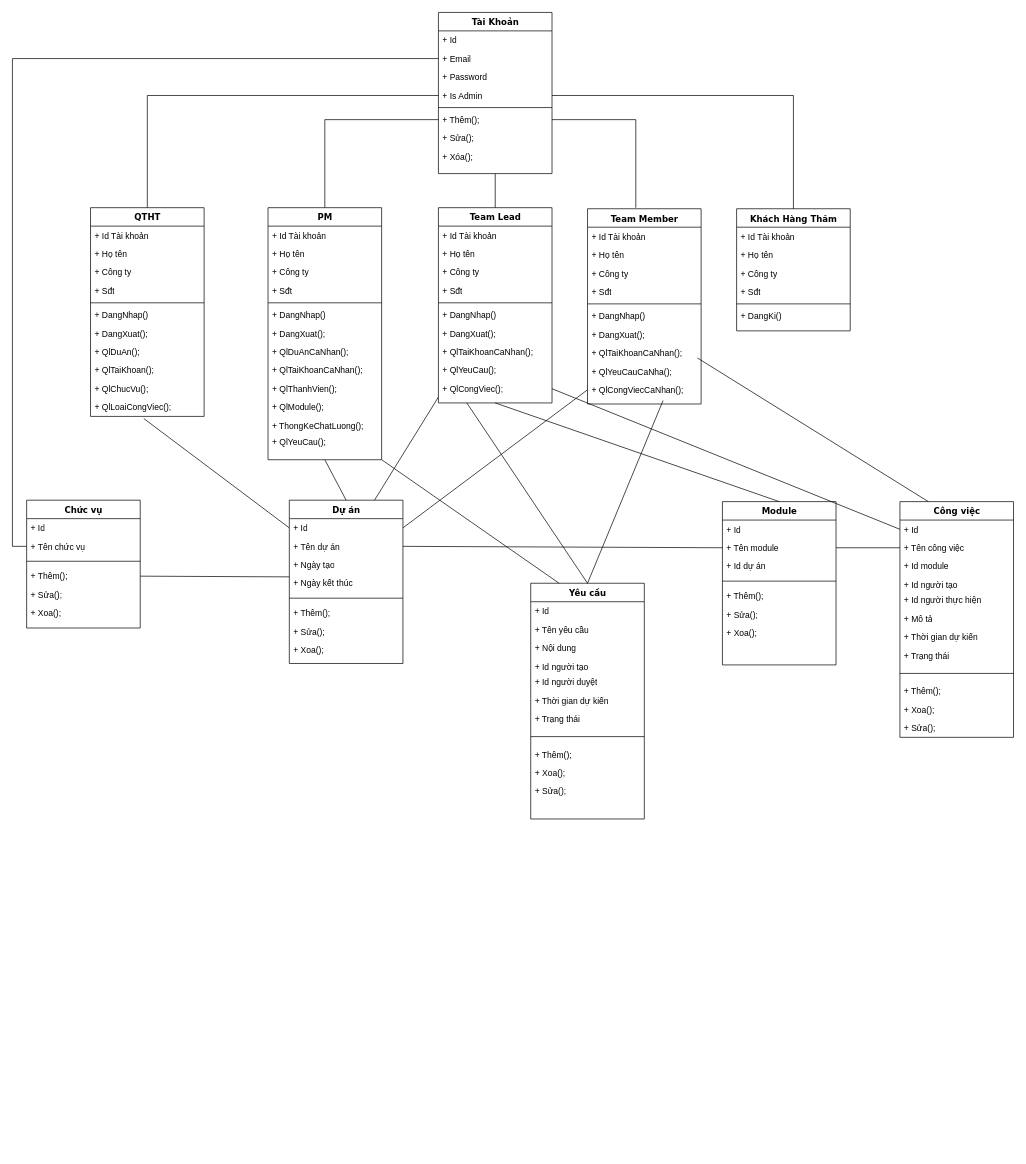
Before: page "Page-1" (1 of 2) of document/bieu do/bieu dolop/bieudolop.drawio in vukal2k/MyDoAn, a draw.io diagram. Source tidied: cells renumbered, new cells numbered last; positions are measured from the earlier drawing's top-left corner, leaving out a move shared by most shapes. Both pictures are drawn from the tidied source at 71%, with x=0, y=0 at pixel (26, 12).
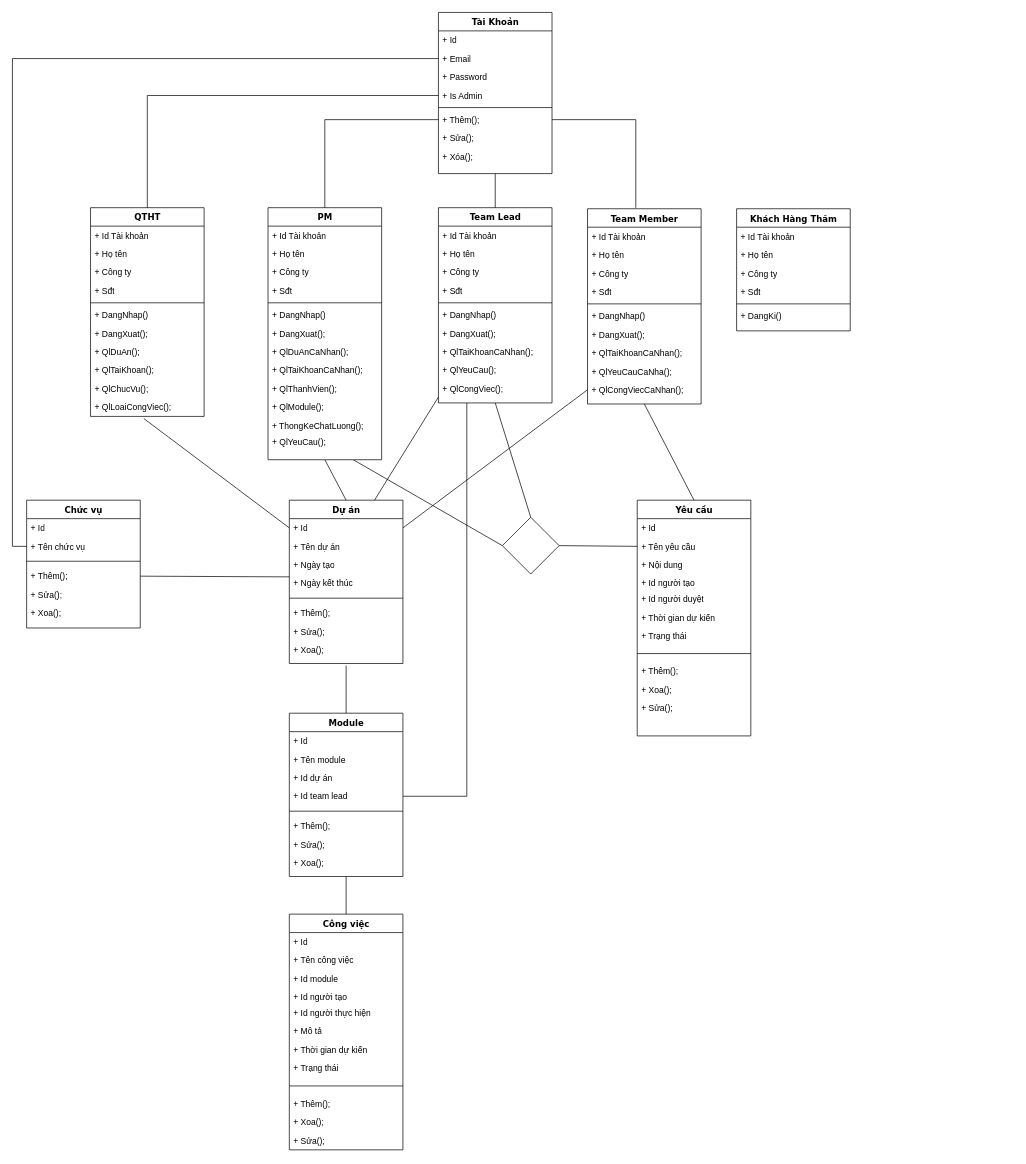
Above is the later version.

The change refers to these unchanged cells:
```xml
<mxCell id="7" value="+ Is Admin" style="text;html=1;strokeColor=none;fillColor=none;align=left;verticalAlign=top;spacingLeft=4;spacingRight=4;whiteSpace=wrap;overflow=hidden;points=[[0,0.5],[1,0.5]];portConstraint=eastwest;" parent="3" vertex="1">
  <mxGeometry y="104" width="160" height="26" as="geometry" />
</mxCell>
<mxCell id="15" value="+ Tên dự án" style="text;html=1;strokeColor=none;fillColor=none;align=left;verticalAlign=top;spacingLeft=4;spacingRight=4;whiteSpace=wrap;overflow=hidden;points=[[0,0.5],[1,0.5]];portConstraint=eastwest;" parent="13" vertex="1">
  <mxGeometry y="52" width="160" height="26" as="geometry" />
</mxCell>
<mxCell id="41" value="Khách Hàng Thăm" style="swimlane;html=1;fontStyle=1;align=center;verticalAlign=top;horizontal=1;startSize=26;swimlaneFillColor=#ffffff;rounded=0;shadow=0;comic=0;labelBackgroundColor=none;strokeColor=#000000;strokeWidth=1;fillColor=none;fontFamily=Verdana;fontSize=12;fontColor=#000000;" parent="1" vertex="1">
  <mxGeometry x="1000" y="276.5" width="160" height="172" as="geometry" />
</mxCell>
<mxCell id="48" value="PM" style="swimlane;html=1;fontStyle=1;align=center;verticalAlign=top;horizontal=1;startSize=26;swimlaneFillColor=#ffffff;rounded=0;shadow=0;comic=0;labelBackgroundColor=none;strokeColor=#000000;strokeWidth=1;fillColor=none;fontFamily=Verdana;fontSize=12;fontColor=#000000;" parent="1" vertex="1">
  <mxGeometry x="340" y="275" width="160" height="355" as="geometry" />
</mxCell>
<mxCell id="63" value="Team Lead" style="swimlane;html=1;fontStyle=1;align=center;verticalAlign=top;horizontal=1;startSize=26;swimlaneFillColor=#ffffff;rounded=0;shadow=0;comic=0;labelBackgroundColor=none;strokeColor=#000000;strokeWidth=1;fillColor=none;fontFamily=Verdana;fontSize=12;fontColor=#000000;" parent="1" vertex="1">
  <mxGeometry x="580" y="275" width="160" height="275" as="geometry" />
</mxCell>
<mxCell id="73" value="+ QlCongViec();" style="text;html=1;strokeColor=none;fillColor=none;align=left;verticalAlign=top;spacingLeft=4;spacingRight=4;whiteSpace=wrap;overflow=hidden;points=[[0,0.5],[1,0.5]];portConstraint=eastwest;" parent="63" vertex="1">
  <mxGeometry y="242" width="160" height="26" as="geometry" />
</mxCell>
<mxCell id="74" value="Team Member" style="swimlane;html=1;fontStyle=1;align=center;verticalAlign=top;horizontal=1;startSize=26;swimlaneFillColor=#ffffff;rounded=0;shadow=0;comic=0;labelBackgroundColor=none;strokeColor=#000000;strokeWidth=1;fillColor=none;fontFamily=Verdana;fontSize=12;fontColor=#000000;" parent="1" vertex="1">
  <mxGeometry x="790" y="276.5" width="160" height="275" as="geometry" />
</mxCell>
<mxCell id="83" value="+ QlYeuCauCaNha();" style="text;html=1;strokeColor=none;fillColor=none;align=left;verticalAlign=top;spacingLeft=4;spacingRight=4;whiteSpace=wrap;overflow=hidden;points=[[0,0.5],[1,0.5]];portConstraint=eastwest;" parent="74" vertex="1">
  <mxGeometry y="216" width="160" height="26" as="geometry" />
</mxCell>
<mxCell id="84" value="+ QlCongViecCaNhan();" style="text;html=1;strokeColor=none;fillColor=none;align=left;verticalAlign=top;spacingLeft=4;spacingRight=4;whiteSpace=wrap;overflow=hidden;points=[[0,0.5],[1,0.5]];portConstraint=eastwest;" parent="74" vertex="1">
  <mxGeometry y="242" width="160" height="26" as="geometry" />
</mxCell>
<mxCell id="92" value="+ Tên module" style="text;html=1;strokeColor=none;fillColor=none;align=left;verticalAlign=top;spacingLeft=4;spacingRight=4;whiteSpace=wrap;overflow=hidden;points=[[0,0.5],[1,0.5]];portConstraint=eastwest;" parent="90" vertex="1">
  <mxGeometry y="52" width="160" height="26" as="geometry" />
</mxCell>
<mxCell id="104" value="+ Id" style="text;html=1;strokeColor=none;fillColor=none;align=left;verticalAlign=top;spacingLeft=4;spacingRight=4;whiteSpace=wrap;overflow=hidden;points=[[0,0.5],[1,0.5]];portConstraint=eastwest;" parent="103" vertex="1">
  <mxGeometry y="26" width="160" height="26" as="geometry" />
</mxCell>
<mxCell id="105" value="+ Tên công việc" style="text;html=1;strokeColor=none;fillColor=none;align=left;verticalAlign=top;spacingLeft=4;spacingRight=4;whiteSpace=wrap;overflow=hidden;points=[[0,0.5],[1,0.5]];portConstraint=eastwest;" parent="103" vertex="1">
  <mxGeometry y="52" width="160" height="26" as="geometry" />
</mxCell>
<mxCell id="123" value="+ Tên yêu cầu" style="text;html=1;strokeColor=none;fillColor=none;align=left;verticalAlign=top;spacingLeft=4;spacingRight=4;whiteSpace=wrap;overflow=hidden;points=[[0,0.5],[1,0.5]];portConstraint=eastwest;" parent="121" vertex="1">
  <mxGeometry y="52" width="160" height="26" as="geometry" />
</mxCell>
```

Change to the diagram source:
```diff
@@
+    <mxCell id="134" style="edgeStyle=none;rounded=0;jettySize=auto;html=1;exitX=0.75;exitY=1;exitDx=0;exitDy=0;entryX=0;entryY=0.5;entryDx=0;entryDy=0;endArrow=none;endFill=0;" parent="1" edge="1" source="48" target="142">
+      <mxGeometry relative="1" as="geometry" />
+    </mxCell>
@@
+    <mxCell id="135" style="edgeStyle=none;rounded=0;jettySize=auto;html=1;exitX=0.5;exitY=1;exitDx=0;exitDy=0;entryX=0.5;entryY=0;entryDx=0;entryDy=0;endArrow=none;endFill=0;" parent="1" edge="1" source="63" target="142">
+      <mxGeometry relative="1" as="geometry" />
+    </mxCell>
+    <mxCell id="136" style="edgeStyle=orthogonalEdgeStyle;rounded=0;jettySize=auto;html=1;exitX=0.25;exitY=1;exitDx=0;exitDy=0;entryX=1;entryY=0.5;entryDx=0;entryDy=0;endArrow=none;endFill=0;" parent="1" edge="1" source="63" target="138">
+      <mxGeometry relative="1" as="geometry" />
+    </mxCell>
@@
-    <mxCell id="87" style="edgeStyle=orthogonalEdgeStyle;rounded=0;jettySize=auto;html=1;exitX=1;exitY=0.5;exitDx=0;exitDy=0;entryX=0.5;entryY=0;entryDx=0;entryDy=0;endArrow=none;endFill=0;" parent="1" edge="1" source="7" target="41">
-      <mxGeometry relative="1" as="geometry" />
-    </mxCell>
@@
-    <mxCell id="89" style="edgeStyle=none;rounded=0;jettySize=auto;html=1;exitX=0.5;exitY=0;exitDx=0;exitDy=0;entryX=0.5;entryY=1;entryDx=0;entryDy=0;endArrow=none;endFill=0;" parent="1" edge="1" source="90" target="63">
-      <mxGeometry relative="1" as="geometry" />
-    </mxCell>
+    <mxCell id="137" style="edgeStyle=orthogonalEdgeStyle;rounded=0;jettySize=auto;html=1;exitX=0.5;exitY=0;exitDx=0;exitDy=0;endArrow=none;endFill=0;" parent="1" edge="1" source="90">
+      <mxGeometry relative="1" as="geometry">
+        <mxPoint x="450" y="920" as="targetPoint" />
+      </mxGeometry>
+    </mxCell>
     <mxCell id="90" value="Module" style="swimlane;html=1;fontStyle=1;align=center;verticalAlign=top;horizontal=1;startSize=26;swimlaneFillColor=#ffffff;rounded=0;shadow=0;comic=0;labelBackgroundColor=none;strokeColor=#000000;strokeWidth=1;fillColor=none;fontFamily=Verdana;fontSize=12;fontColor=#000000;" parent="1" vertex="1">
-      <mxGeometry x="980" y="689" width="160" height="230" as="geometry" />
+      <mxGeometry x="370" y="987" width="160" height="230" as="geometry" />
     </mxCell>
@@
+    <mxCell id="138" value="+ Id team lead" style="text;html=1;strokeColor=none;fillColor=none;align=left;verticalAlign=top;spacingLeft=4;spacingRight=4;whiteSpace=wrap;overflow=hidden;points=[[0,0.5],[1,0.5]];portConstraint=eastwest;" parent="90" vertex="1">
+      <mxGeometry y="104" width="160" height="26" as="geometry" />
+    </mxCell>
     <mxCell id="94" style="line;html=1;strokeWidth=1;fillColor=none;align=left;verticalAlign=middle;spacingTop=-1;spacingLeft=3;spacingRight=3;labelPosition=right;" parent="90" vertex="1">
-      <mxGeometry y="104" width="160" height="16" as="geometry" />
+      <mxGeometry y="130" width="160" height="16" as="geometry" />
     </mxCell>
     <mxCell id="95" value="+ Thêm();" style="text;html=1;strokeColor=none;fillColor=none;align=left;verticalAlign=top;spacingLeft=4;spacingRight=4;whiteSpace=wrap;overflow=hidden;" parent="90" vertex="1">
-      <mxGeometry y="120" width="160" height="26" as="geometry" />
+      <mxGeometry y="146" width="160" height="26" as="geometry" />
     </mxCell>
     <mxCell id="96" value="+ Sửa();" style="text;html=1;strokeColor=none;fillColor=none;align=left;verticalAlign=top;spacingLeft=4;spacingRight=4;whiteSpace=wrap;overflow=hidden;" parent="90" vertex="1">
-      <mxGeometry y="146" width="160" height="26" as="geometry" />
+      <mxGeometry y="172" width="160" height="26" as="geometry" />
     </mxCell>
     <mxCell id="97" value="+ Xoa();" style="text;html=1;strokeColor=none;fillColor=none;align=left;verticalAlign=top;spacingLeft=4;spacingRight=4;whiteSpace=wrap;overflow=hidden;" parent="90" vertex="1">
-      <mxGeometry y="172" width="160" height="26" as="geometry" />
+      <mxGeometry y="198" width="160" height="26" as="geometry" />
     </mxCell>
@@
-    <mxCell id="99" style="edgeStyle=none;rounded=0;jettySize=auto;html=1;exitX=0;exitY=0.5;exitDx=0;exitDy=0;entryX=1;entryY=0.5;entryDx=0;entryDy=0;endArrow=none;endFill=0;" parent="1" edge="1" source="92" target="15">
-      <mxGeometry relative="1" as="geometry" />
-    </mxCell>
@@
-    <mxCell id="102" style="edgeStyle=none;rounded=0;jettySize=auto;html=1;exitX=0.25;exitY=0;exitDx=0;exitDy=0;entryX=0.967;entryY=-0.224;entryDx=0;entryDy=0;entryPerimeter=0;endArrow=none;endFill=0;" parent="1" edge="1" source="103" target="83">
-      <mxGeometry relative="1" as="geometry" />
-    </mxCell>
+    <mxCell id="139" style="edgeStyle=orthogonalEdgeStyle;rounded=0;jettySize=auto;html=1;exitX=0.5;exitY=0;exitDx=0;exitDy=0;entryX=0.5;entryY=1;entryDx=0;entryDy=0;endArrow=none;endFill=0;" parent="1" edge="1" source="103" target="90">
+      <mxGeometry relative="1" as="geometry" />
+    </mxCell>
     <mxCell id="103" value="Công việc" style="swimlane;html=1;fontStyle=1;align=center;verticalAlign=top;horizontal=1;startSize=26;swimlaneFillColor=#ffffff;rounded=0;shadow=0;comic=0;labelBackgroundColor=none;strokeColor=#000000;strokeWidth=1;fillColor=none;fontFamily=Verdana;fontSize=12;fontColor=#000000;" parent="1" vertex="1">
-      <mxGeometry x="1230" y="689" width="160" height="332" as="geometry" />
+      <mxGeometry x="370" y="1270" width="160" height="332" as="geometry" />
     </mxCell>
@@
-    <mxCell id="116" style="edgeStyle=orthogonalEdgeStyle;rounded=0;jettySize=auto;html=1;exitX=0;exitY=0.5;exitDx=0;exitDy=0;entryX=1;entryY=0.5;entryDx=0;entryDy=0;endArrow=none;endFill=0;" parent="1" edge="1" source="105" target="92">
-      <mxGeometry relative="1" as="geometry" />
-    </mxCell>
-    <mxCell id="117" style="edgeStyle=none;rounded=0;jettySize=auto;html=1;exitX=0;exitY=0.5;exitDx=0;exitDy=0;entryX=1;entryY=0.5;entryDx=0;entryDy=0;endArrow=none;endFill=0;" parent="1" edge="1" source="104" target="73">
-      <mxGeometry relative="1" as="geometry" />
-    </mxCell>
-    <mxCell id="118" style="edgeStyle=none;rounded=0;jettySize=auto;html=1;exitX=0.5;exitY=0;exitDx=0;exitDy=0;entryX=0.665;entryY=1.083;entryDx=0;entryDy=0;entryPerimeter=0;endArrow=none;endFill=0;" parent="1" edge="1" source="121" target="84">
-      <mxGeometry relative="1" as="geometry" />
-    </mxCell>
-    <mxCell id="119" style="edgeStyle=none;rounded=0;jettySize=auto;html=1;exitX=0.25;exitY=0;exitDx=0;exitDy=0;endArrow=none;endFill=0;" parent="1" edge="1" source="121">
-      <mxGeometry relative="1" as="geometry">
-        <mxPoint x="500" y="630" as="targetPoint" />
-      </mxGeometry>
-    </mxCell>
-    <mxCell id="120" style="edgeStyle=none;rounded=0;jettySize=auto;html=1;exitX=0.5;exitY=0;exitDx=0;exitDy=0;entryX=0.25;entryY=1;entryDx=0;entryDy=0;endArrow=none;endFill=0;" parent="1" edge="1" source="121" target="63">
-      <mxGeometry relative="1" as="geometry" />
-    </mxCell>
+    <mxCell id="140" style="rounded=0;jettySize=auto;html=1;exitX=0.5;exitY=0;exitDx=0;exitDy=0;entryX=0.5;entryY=1;entryDx=0;entryDy=0;endArrow=none;endFill=0;" parent="1" edge="1" source="121" target="74">
+      <mxGeometry relative="1" as="geometry" />
+    </mxCell>
     <mxCell id="121" value="Yêu cầu" style="swimlane;html=1;fontStyle=1;align=center;verticalAlign=top;horizontal=1;startSize=26;swimlaneFillColor=#ffffff;rounded=0;shadow=0;comic=0;labelBackgroundColor=none;strokeColor=#000000;strokeWidth=1;fillColor=none;fontFamily=Verdana;fontSize=12;fontColor=#000000;" parent="1" vertex="1">
-      <mxGeometry x="710" y="804" width="160" height="332" as="geometry" />
+      <mxGeometry x="860" y="687" width="160" height="332" as="geometry" />
     </mxCell>
@@
+    <mxCell id="141" style="edgeStyle=none;rounded=0;jettySize=auto;html=1;exitX=1;exitY=0.5;exitDx=0;exitDy=0;entryX=0;entryY=0.5;entryDx=0;entryDy=0;endArrow=none;endFill=0;" parent="1" edge="1" source="142" target="123">
+      <mxGeometry relative="1" as="geometry" />
+    </mxCell>
+    <mxCell id="142" style="rhombus;whiteSpace=wrap;html=1;" parent="1" vertex="1">
+      <mxGeometry x="670" y="711" width="80" height="80" as="geometry" />
+    </mxCell>
```
